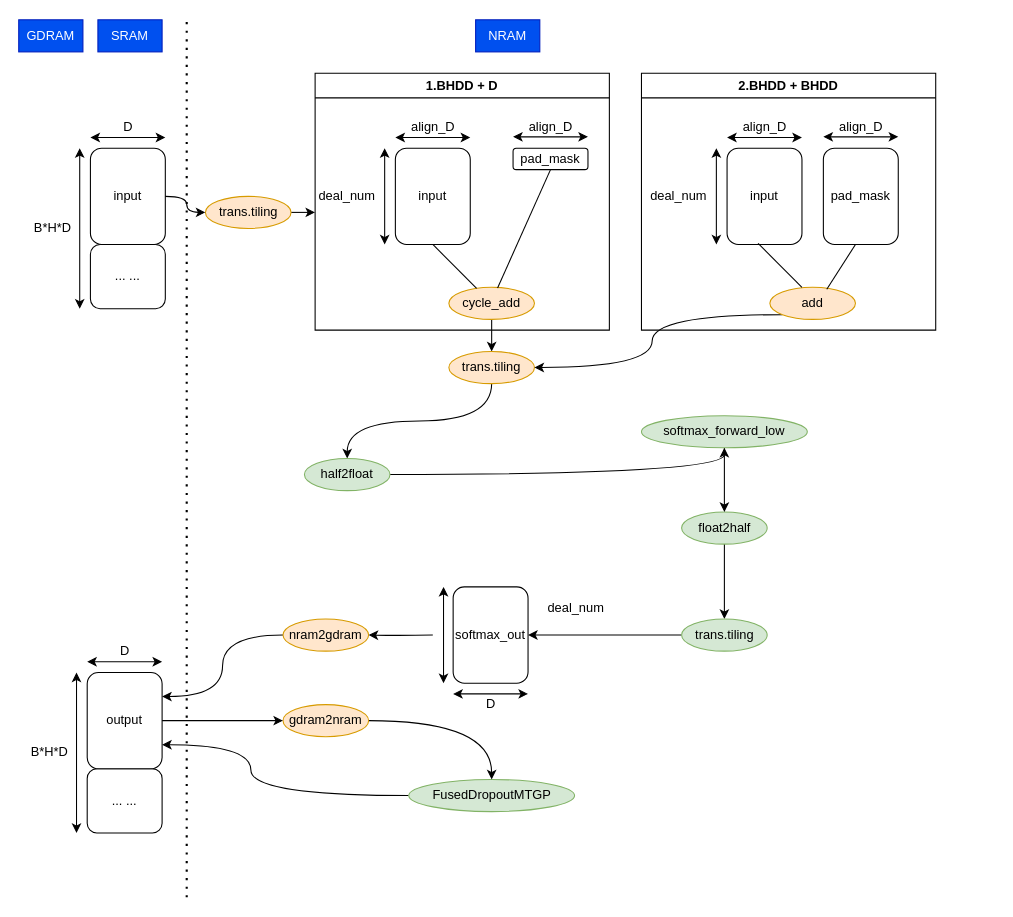
The draw.io diagram 未命名绘图 (6).drawio in GuoZhiBin2014/algorithm, before the edit. Source tidied: cells renumbered, new cells numbered last; positions are measured from the earlier drawing's top-left corner, leaving out a move shared by most shapes. Both pictures are drawn from the tidied source at 107%, with x=0, y=0 at pixel (18, 19).
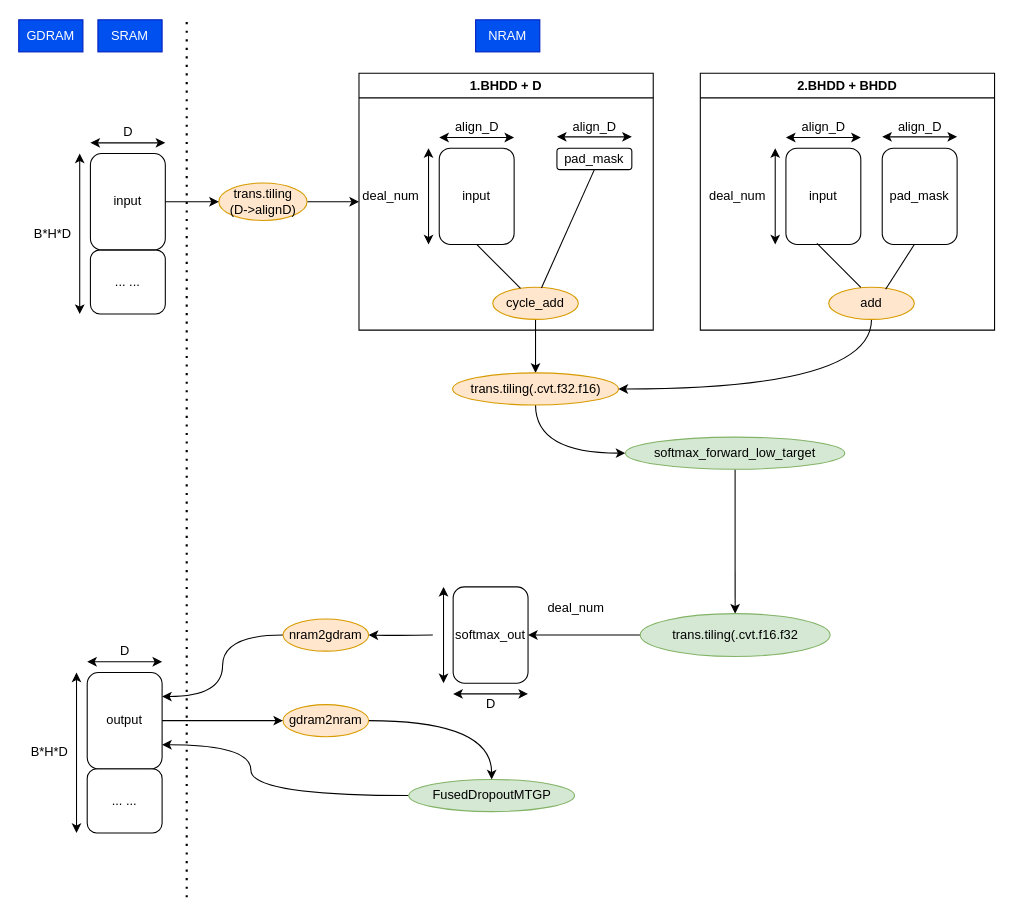
After the change.

What changed in the source:
```diff
@@
     <mxCell id="2" value="pad_mask" style="rounded=1;whiteSpace=wrap;html=1;" parent="1" vertex="1">
-      <mxGeometry x="462" y="120" width="70" height="20" as="geometry" />
+      <mxGeometry x="503" y="120" width="70" height="20" as="geometry" />
     </mxCell>
@@
     <mxCell id="4" value="cycle_add" style="ellipse;whiteSpace=wrap;html=1;fillColor=#ffe6cc;strokeColor=#d79b00;" parent="1" vertex="1">
-      <mxGeometry x="402" y="250" width="80" height="30" as="geometry" />
+      <mxGeometry x="443" y="250" width="80" height="30" as="geometry" />
     </mxCell>
@@
-    <mxCell id="7" style="edgeStyle=orthogonalEdgeStyle;curved=1;rounded=0;jettySize=auto;html=1;exitX=0.5;exitY=1;exitDx=0;exitDy=0;entryX=0.5;entryY=0;entryDx=0;entryDy=0;" parent="1" edge="1" source="8" target="10">
+    <mxCell id="7" style="edgeStyle=orthogonalEdgeStyle;curved=1;rounded=0;jettySize=auto;html=1;exitX=0.5;exitY=1;exitDx=0;exitDy=0;entryX=0;entryY=0.5;entryDx=0;entryDy=0;" parent="1" edge="1" source="8" target="14">
       <mxGeometry relative="1" as="geometry" />
     </mxCell>
-    <mxCell id="8" value="trans.tiling" style="ellipse;whiteSpace=wrap;html=1;fillColor=#ffe6cc;strokeColor=#d79b00;" parent="1" vertex="1">
-      <mxGeometry x="402" y="310" width="80" height="30" as="geometry" />
+    <mxCell id="8" value="trans.tiling(.cvt.f32.f16)" style="ellipse;whiteSpace=wrap;html=1;fillColor=#ffe6cc;strokeColor=#d79b00;" parent="1" vertex="1">
+      <mxGeometry x="405.5" y="330" width="155" height="30" as="geometry" />
     </mxCell>
-    <mxCell id="9" style="edgeStyle=orthogonalEdgeStyle;rounded=0;jettySize=auto;html=1;exitX=1;exitY=0.5;exitDx=0;exitDy=0;curved=1;" parent="1" edge="1" source="10" target="14">
-      <mxGeometry relative="1" as="geometry" />
-    </mxCell>
-    <mxCell id="10" value="half2float" style="ellipse;whiteSpace=wrap;html=1;fillColor=#d5e8d4;strokeColor=#82b366;" parent="1" vertex="1">
-      <mxGeometry x="267" y="410" width="80" height="30" as="geometry" />
-    </mxCell>
-    <mxCell id="11" style="edgeStyle=orthogonalEdgeStyle;curved=1;rounded=0;jettySize=auto;html=1;exitX=0.5;exitY=1;exitDx=0;exitDy=0;entryX=0.5;entryY=0;entryDx=0;entryDy=0;" parent="1" edge="1" source="12" target="16">
-      <mxGeometry relative="1" as="geometry" />
-    </mxCell>
-    <mxCell id="12" value="float2half" style="ellipse;whiteSpace=wrap;html=1;fillColor=#d5e8d4;strokeColor=#82b366;" parent="1" vertex="1">
-      <mxGeometry x="619.5" y="460" width="80" height="30" as="geometry" />
-    </mxCell>
-    <mxCell id="13" style="edgeStyle=orthogonalEdgeStyle;curved=1;rounded=0;jettySize=auto;html=1;entryX=0.5;entryY=0;entryDx=0;entryDy=0;" parent="1" edge="1" source="14" target="12">
+    <mxCell id="13" style="edgeStyle=orthogonalEdgeStyle;curved=1;rounded=0;jettySize=auto;html=1;entryX=0.5;entryY=0;entryDx=0;entryDy=0;" parent="1" edge="1" source="14" target="16">
       <mxGeometry relative="1" as="geometry" />
     </mxCell>
-    <mxCell id="14" value="softmax_forward_low" style="ellipse;whiteSpace=wrap;html=1;fillColor=#d5e8d4;strokeColor=#82b366;" parent="1" vertex="1">
-      <mxGeometry x="582" y="370" width="155" height="30" as="geometry" />
+    <mxCell id="14" value="softmax_forward_low_target" style="ellipse;whiteSpace=wrap;html=1;fillColor=#d5e8d4;strokeColor=#82b366;" parent="1" vertex="1">
+      <mxGeometry x="567" y="390" width="205" height="30" as="geometry" />
     </mxCell>
@@
-    <mxCell id="16" value="trans.tiling" style="ellipse;whiteSpace=wrap;html=1;fillColor=#d5e8d4;strokeColor=#82b366;" parent="1" vertex="1">
-      <mxGeometry x="619.5" y="560" width="80" height="30" as="geometry" />
+    <mxCell id="16" value="trans.tiling(.cvt.f16.f32" style="ellipse;whiteSpace=wrap;html=1;fillColor=#d5e8d4;strokeColor=#82b366;" parent="1" vertex="1">
+      <mxGeometry x="580.8" y="555" width="177.5" height="40" as="geometry" />
     </mxCell>
@@
     <mxCell id="23" style="group;" parent="1" vertex="1">
-      <mxGeometry x="7" y="90" width="130" height="180" as="geometry" />
+      <mxGeometry x="7" y="95" width="130" height="180" as="geometry" />
     </mxCell>
@@
     <mxCell id="39" value="pad_mask" style="rounded=1;whiteSpace=wrap;html=1;" parent="1" vertex="1">
-      <mxGeometry x="752" y="120" width="70" height="90" as="geometry" />
+      <mxGeometry x="807" y="120" width="70" height="90" as="geometry" />
     </mxCell>
     <mxCell id="40" style="group;" parent="1" vertex="1">
-      <mxGeometry x="282" y="90" width="140" height="120" as="geometry" />
+      <mxGeometry x="323" y="90" width="140" height="120" as="geometry" />
     </mxCell>
@@
     <mxCell id="46" style="group;" parent="1" vertex="1">
-      <mxGeometry x="592" y="90" width="140" height="120" as="geometry" />
+      <mxGeometry x="647" y="90" width="140" height="120" as="geometry" />
     </mxCell>
@@
     <mxCell id="52" style="group;" parent="1" vertex="1">
-      <mxGeometry x="462" y="90" width="70" height="20" as="geometry" />
+      <mxGeometry x="503" y="90" width="70" height="20" as="geometry" />
     </mxCell>
@@
     <mxCell id="55" style="group;" parent="1" vertex="1">
-      <mxGeometry x="752" y="90" width="70" height="20" as="geometry" />
+      <mxGeometry x="807" y="90" width="70" height="20" as="geometry" />
     </mxCell>
@@
-    <mxCell id="58" style="edgeStyle=orthogonalEdgeStyle;curved=1;rounded=0;jettySize=auto;html=1;exitX=0;exitY=1;exitDx=0;exitDy=0;entryX=1;entryY=0.5;entryDx=0;entryDy=0;" parent="1" edge="1" source="59" target="8">
+    <mxCell id="58" style="edgeStyle=orthogonalEdgeStyle;curved=1;rounded=0;jettySize=auto;html=1;exitX=0.5;exitY=1;exitDx=0;exitDy=0;entryX=1;entryY=0.5;entryDx=0;entryDy=0;" parent="1" edge="1" source="59" target="8">
       <mxGeometry relative="1" as="geometry" />
     </mxCell>
     <mxCell id="59" value="add" style="ellipse;whiteSpace=wrap;html=1;fillColor=#ffe6cc;strokeColor=#d79b00;" parent="1" vertex="1">
-      <mxGeometry x="702" y="250" width="80" height="30" as="geometry" />
+      <mxGeometry x="757" y="250" width="80" height="30" as="geometry" />
     </mxCell>
     <mxCell id="60" style="endArrow=none;html=1;rounded=0;entryX=0.5;entryY=1;entryDx=0;entryDy=0;" parent="1" edge="1">
       <mxGeometry relative="1" as="geometry">
-        <mxPoint x="732" y="250" as="sourcePoint" />
-        <mxPoint x="691" y="209" as="targetPoint" />
+        <mxPoint x="787" y="250" as="sourcePoint" />
+        <mxPoint x="746" y="209" as="targetPoint" />
       </mxGeometry>
     </mxCell>
     <mxCell id="61" style="endArrow=none;html=1;rounded=0;exitX=0.665;exitY=0.061;exitDx=0;exitDy=0;exitPerimeter=0;" parent="1" edge="1" source="59">
       <mxGeometry relative="1" as="geometry">
-        <mxPoint x="782" y="210" as="targetPoint" />
+        <mxPoint x="837" y="210" as="targetPoint" />
       </mxGeometry>
     </mxCell>
     <mxCell id="62" value="1.BHDD + D" style="swimlane;" parent="1" vertex="1">
-      <mxGeometry x="277" y="50" width="275" height="240" as="geometry" />
+      <mxGeometry x="318" y="50" width="275" height="240" as="geometry" />
     </mxCell>
     <mxCell id="63" value="2.BHDD + BHDD" style="swimlane;" parent="1" vertex="1">
-      <mxGeometry x="582" y="50" width="275" height="240" as="geometry" />
+      <mxGeometry x="637" y="50" width="275" height="240" as="geometry" />
     </mxCell>
@@
-    <mxCell id="68" style="edgeStyle=orthogonalEdgeStyle;curved=1;rounded=0;jettySize=auto;html=1;exitX=1;exitY=0.5;exitDx=0;exitDy=0;" parent="1" edge="1" source="69">
-      <mxGeometry relative="1" as="geometry">
-        <mxPoint x="277" y="180.3" as="targetPoint" />
-      </mxGeometry>
-    </mxCell>
+    <mxCell id="76" style="edgeStyle=orthogonalEdgeStyle;rounded=0;jettySize=auto;html=1;exitX=1;exitY=0.5;exitDx=0;exitDy=0;entryX=0;entryY=0.5;entryDx=0;entryDy=0;" parent="1" edge="1" source="69" target="62">
+      <mxGeometry relative="1" as="geometry" />
+    </mxCell>
-    <mxCell id="69" value="trans.tiling" style="ellipse;whiteSpace=wrap;html=1;fillColor=#ffe6cc;strokeColor=#d79b00;" parent="1" vertex="1">
-      <mxGeometry x="174.5" y="165" width="80" height="30" as="geometry" />
+    <mxCell id="69" value="trans.tiling&lt;br&gt;(D-&amp;gt;alignD)" style="ellipse;whiteSpace=wrap;html=1;fillColor=#ffe6cc;strokeColor=#d79b00;" parent="1" vertex="1">
+      <mxGeometry x="187" y="152.5" width="82.5" height="35" as="geometry" />
     </mxCell>
```
